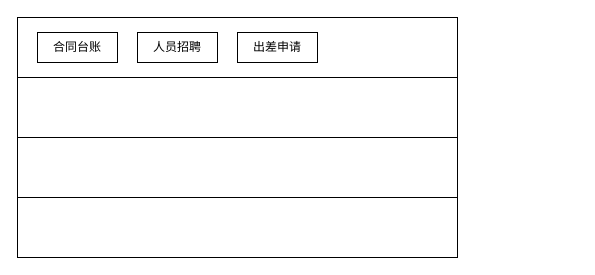
This is 低——研究内容——生态市场.drawio from tangyaosimida/love, a draw.io file, before an edit. Source tidied: cells renumbered, new cells numbered last; positions are measured from the earlier drawing's top-left corner, leaving out a move shared by most shapes. Both pictures are drawn from the tidied source at 100%, with x=0, y=0 at pixel (17, 17).
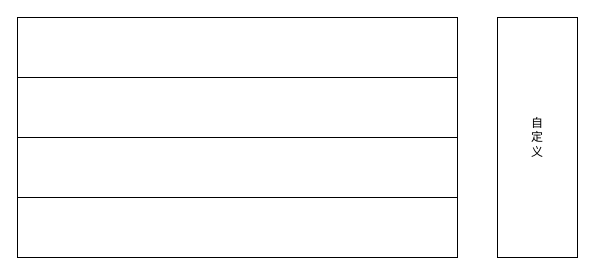
Above is the later version.

Commit message (it also covers changes not shown here):
更新低——研究内容——生态市场.drawio

Change to the diagram source:
```diff
@@
 <mxGraphModel>
   <root>
     <mxCell id="0" />
     <mxCell id="1" parent="0" />
     <mxCell id="2" style="rounded=0;whiteSpace=wrap;html=1;" parent="1" vertex="1">
       <mxGeometry width="440" height="240" as="geometry" />
     </mxCell>
     <mxCell id="3" style="rounded=0;whiteSpace=wrap;html=1;" parent="1" vertex="1">
       <mxGeometry y="180" width="440" height="60" as="geometry" />
     </mxCell>
     <mxCell id="4" style="rounded=0;whiteSpace=wrap;html=1;" parent="1" vertex="1">
       <mxGeometry y="120" width="440" height="60" as="geometry" />
     </mxCell>
     <mxCell id="5" style="rounded=0;whiteSpace=wrap;html=1;" parent="1" vertex="1">
       <mxGeometry y="60" width="440" height="60" as="geometry" />
     </mxCell>
     <mxCell id="6" style="rounded=0;whiteSpace=wrap;html=1;" parent="1" vertex="1">
       <mxGeometry width="440" height="60" as="geometry" />
     </mxCell>
-    <mxCell id="7" value="合同台账" style="rounded=0;whiteSpace=wrap;html=1;" parent="1" vertex="1">
-      <mxGeometry x="20" y="15" width="80" height="30" as="geometry" />
-    </mxCell>
-    <mxCell id="8" value="人员招聘" style="rounded=0;whiteSpace=wrap;html=1;" parent="1" vertex="1">
-      <mxGeometry x="120" y="15" width="80" height="30" as="geometry" />
-    </mxCell>
-    <mxCell id="9" value="出差申请" style="rounded=0;whiteSpace=wrap;html=1;" parent="1" vertex="1">
-      <mxGeometry x="220" y="15" width="80" height="30" as="geometry" />
-    </mxCell>
+    <mxCell id="10" value="自&lt;div&gt;定&lt;/div&gt;&lt;div&gt;义&lt;/div&gt;" style="rounded=0;whiteSpace=wrap;html=1;" parent="1" vertex="1">
+      <mxGeometry x="480" width="80" height="240" as="geometry" />
+    </mxCell>
   </root>
 </mxGraphModel>
```
